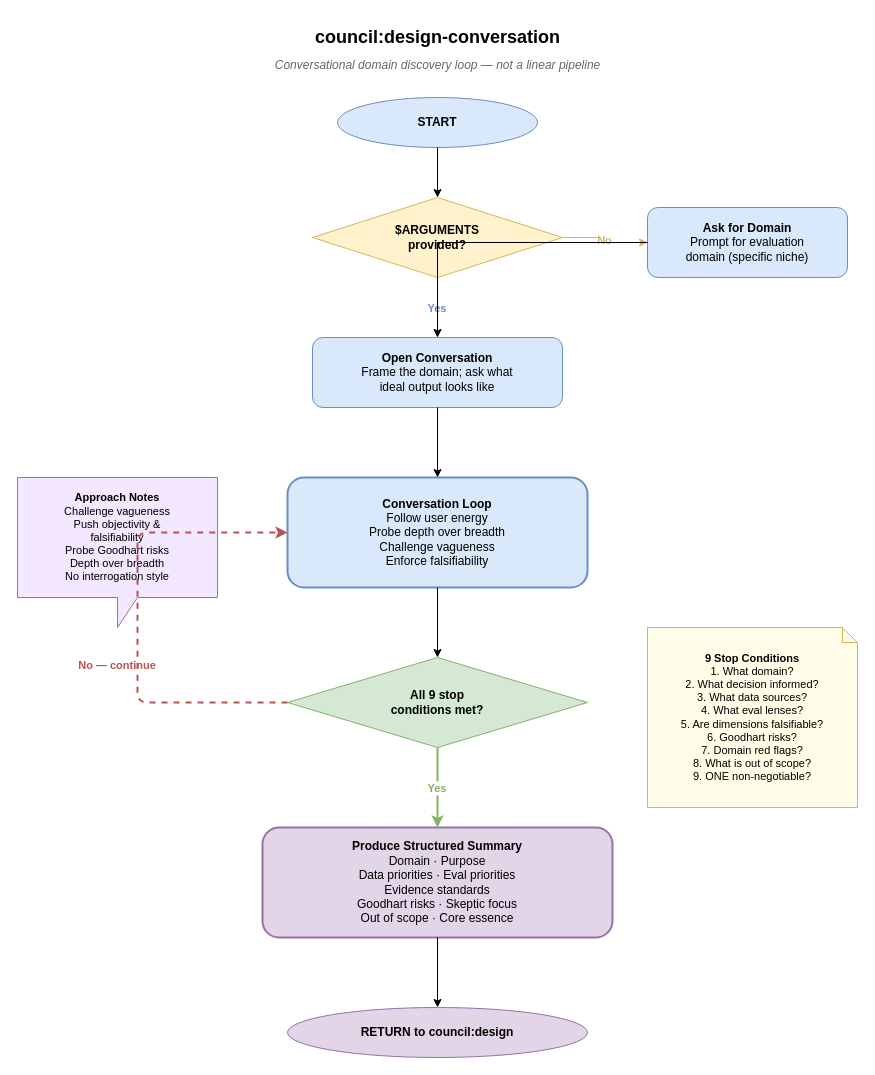
Earlier version of the draw.io diagram docs/diagrams/skill-design-conversation.drawio (golemfoundation/octant-council). Source tidied: cells renumbered, new cells numbered last; positions are measured from the earlier drawing's top-left corner, leaving out a move shared by most shapes. Both pictures are drawn from the tidied source at 100%, with x=0, y=0 at pixel (17, 17).
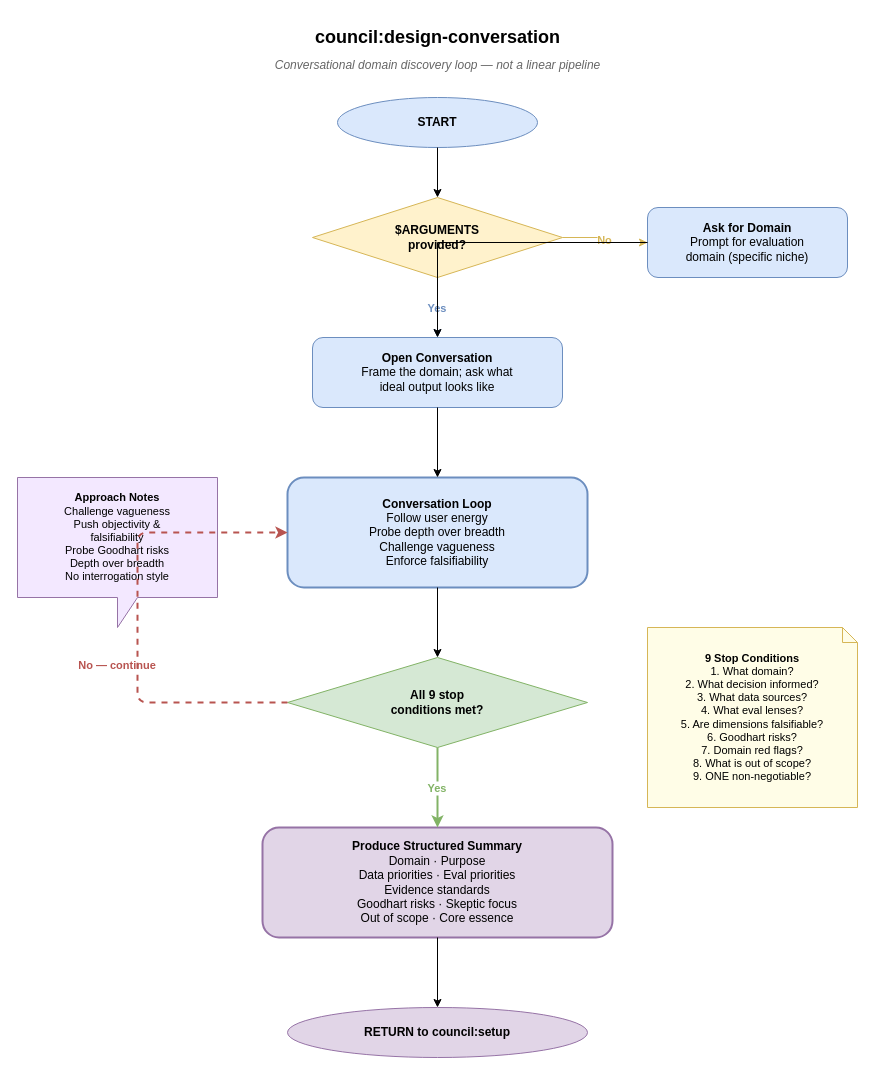
The same page after the edit.

Change to the diagram source:
```diff
@@
-    <mxCell id="13" value="&lt;b&gt;RETURN to council:design&lt;/b&gt;" style="ellipse;whiteSpace=wrap;html=1;fillColor=#e1d5e7;strokeColor=#9673a6;fontStyle=1;" parent="1" vertex="1">
+    <mxCell id="13" value="&lt;b&gt;RETURN to council:setup&lt;/b&gt;" style="ellipse;whiteSpace=wrap;html=1;fillColor=#e1d5e7;strokeColor=#9673a6;fontStyle=1;" parent="1" vertex="1">
       <mxGeometry x="270" y="990" width="300" height="50" as="geometry" />
     </mxCell>
```
